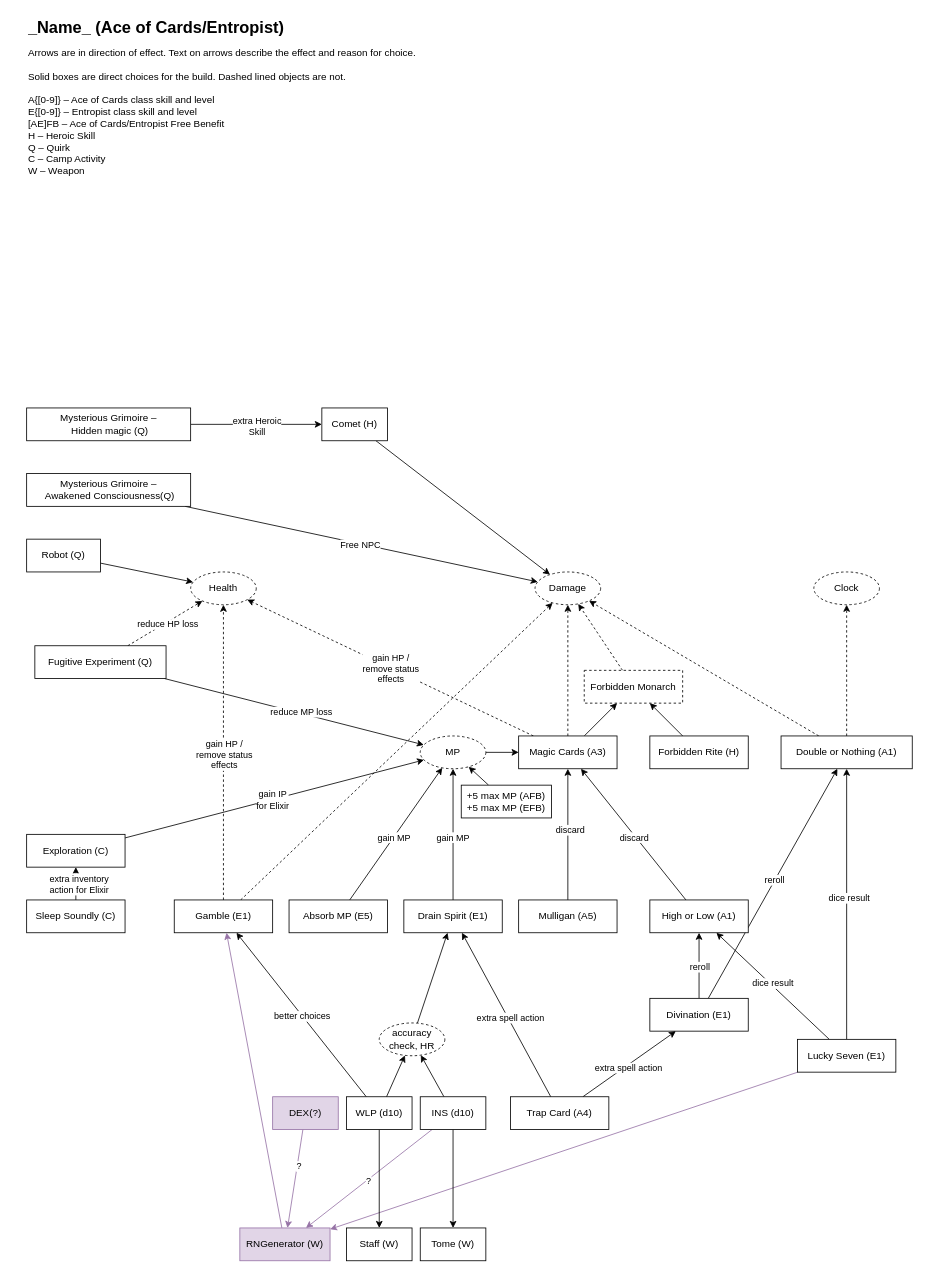
The draw.io diagram Fab_Ult_Ace_of_Cards.drawio in nzNancyZhao/drawio, before the edit. Source tidied: cells renumbered, new cells numbered last; positions are measured from the earlier drawing's top-left corner, leaving out a move shared by most shapes. Both pictures are drawn from the tidied source at 82%, with x=0, y=0 at pixel (26, 14).
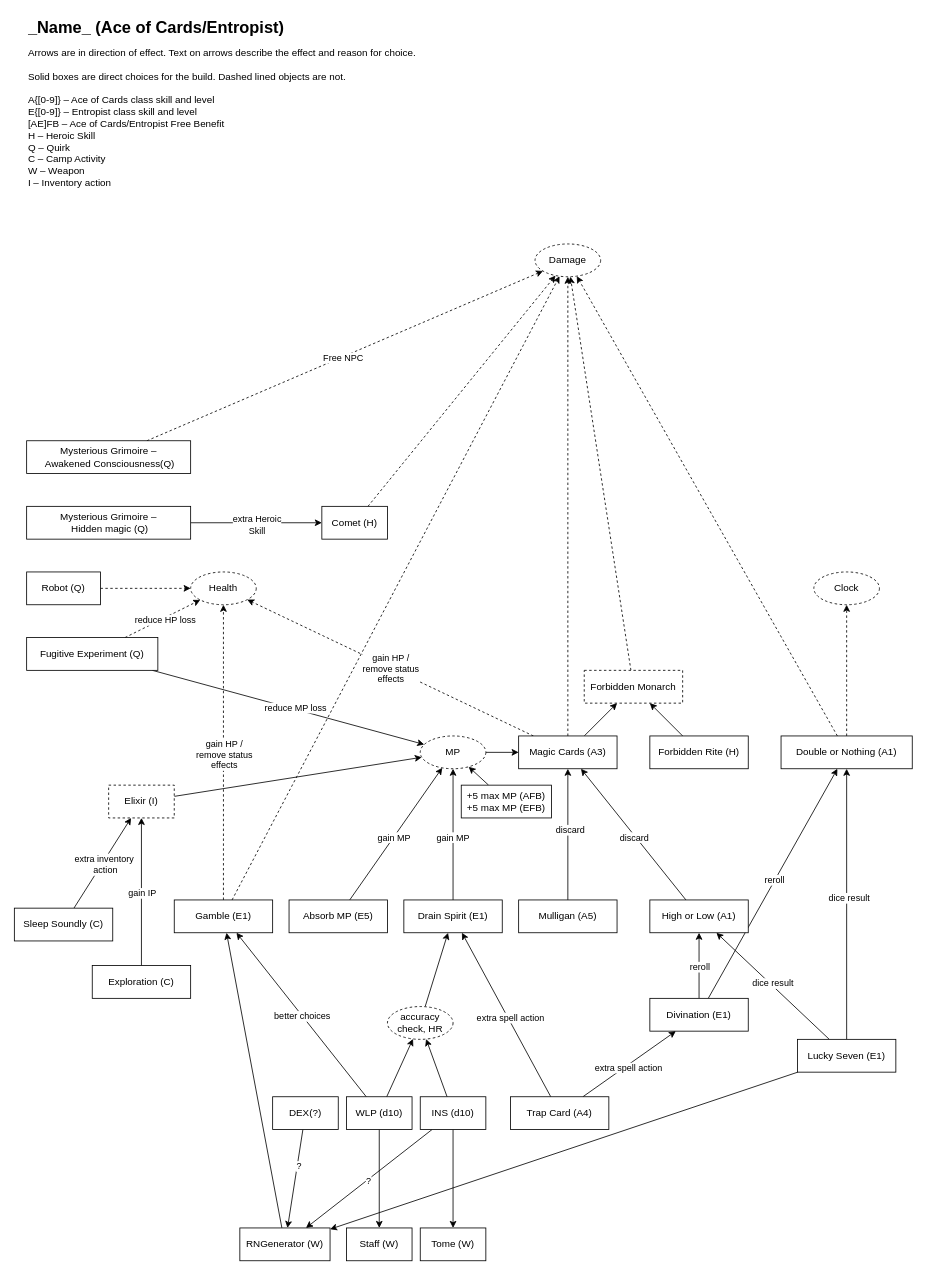
The same diagram, later.

The change refers to these unchanged cells:
```xml
<mxCell id="31" value="Lucky Seven (E1)" style="rounded=0;whiteSpace=wrap;html=1;" parent="1" vertex="1">
  <mxGeometry x="940" y="1250" width="120" height="40" as="geometry" />
</mxCell>
<mxCell id="46" value="&lt;div&gt;INS (d10)&lt;/div&gt;" style="rounded=0;whiteSpace=wrap;html=1;" parent="1" vertex="1">
  <mxGeometry x="480" y="1320" width="80" height="40" as="geometry" />
</mxCell>
<mxCell id="58" value="Gamble (E1)" style="rounded=0;whiteSpace=wrap;html=1;" parent="1" vertex="1">
  <mxGeometry x="180" y="1080" width="120" height="40" as="geometry" />
</mxCell>
<mxCell id="59" value="Health" style="ellipse;whiteSpace=wrap;html=1;dashed=1;" parent="1" vertex="1">
  <mxGeometry x="200" y="680" width="80" height="40" as="geometry" />
</mxCell>
<mxCell id="61" value="MP" style="ellipse;whiteSpace=wrap;html=1;dashed=1;" parent="1" vertex="1">
  <mxGeometry x="480" y="880" width="80" height="40" as="geometry" />
</mxCell>
```

Diff of the diagram source:
```diff
@@
-    <mxCell id="2" value="&lt;h1 style=&quot;margin-top: 0px; line-height: 64%;&quot;&gt;&lt;font style=&quot;font-size: 20px;&quot;&gt;_Name_ (Ace of Cards/Entropist)&lt;/font&gt;&lt;/h1&gt;&lt;div&gt;Arrows are in direction of effect. Text on arrows describe the effect and reason for choice.&lt;br&gt;&lt;/div&gt;&lt;div&gt;&lt;br&gt;&lt;/div&gt;&lt;div&gt;Solid boxes are direct choices for the build. Dashed lined objects are not.&lt;br&gt;&lt;/div&gt;&lt;div&gt;&lt;br&gt;&lt;/div&gt;&lt;div&gt;A{[0-9]} – Ace of Cards class skill and level&lt;br&gt;&lt;/div&gt;&lt;div&gt;E{[0-9]}  – Entropist class skill and level&lt;/div&gt;&lt;div&gt;[AE]FB – Ace of Cards/Entropist Free Benefit&lt;br&gt;&lt;/div&gt;&lt;div&gt;H – Heroic Skill&lt;br&gt;&lt;/div&gt;&lt;div&gt;Q – Quirk&lt;/div&gt;&lt;div&gt;C – Camp Activity&lt;/div&gt;&lt;div&gt;W – Weapon&lt;br&gt;&lt;/div&gt;" style="text;html=1;whiteSpace=wrap;overflow=hidden;rounded=0;" parent="1" vertex="1">
-      <mxGeometry width="530" height="200" as="geometry" />
+    <mxCell id="2" value="&lt;h1 style=&quot;margin-top: 0px; line-height: 64%;&quot;&gt;&lt;font style=&quot;font-size: 20px;&quot;&gt;_Name_ (Ace of Cards/Entropist)&lt;/font&gt;&lt;/h1&gt;&lt;div&gt;Arrows are in direction of effect. Text on arrows describe the effect and reason for choice.&lt;br&gt;&lt;/div&gt;&lt;div&gt;&lt;br&gt;&lt;/div&gt;&lt;div&gt;Solid boxes are direct choices for the build. Dashed lined objects are not.&lt;br&gt;&lt;/div&gt;&lt;div&gt;&lt;br&gt;&lt;/div&gt;&lt;div&gt;A{[0-9]} – Ace of Cards class skill and level&lt;br&gt;&lt;/div&gt;&lt;div&gt;E{[0-9]}  – Entropist class skill and level&lt;/div&gt;&lt;div&gt;[AE]FB – Ace of Cards/Entropist Free Benefit&lt;br&gt;&lt;/div&gt;&lt;div&gt;H – Heroic Skill&lt;br&gt;&lt;/div&gt;&lt;div&gt;Q – Quirk&lt;/div&gt;&lt;div&gt;C – Camp Activity&lt;/div&gt;&lt;div&gt;W – Weapon&lt;/div&gt;&lt;div&gt;I – Inventory action&lt;br&gt;&lt;/div&gt;" style="text;html=1;whiteSpace=wrap;overflow=hidden;rounded=0;" parent="1" vertex="1">
+      <mxGeometry width="530" height="240" as="geometry" />
     </mxCell>
@@
     <mxCell id="16" value="Damage" style="ellipse;whiteSpace=wrap;html=1;dashed=1;" parent="1" vertex="1">
-      <mxGeometry x="620" y="680" width="80" height="40" as="geometry" />
+      <mxGeometry x="620" y="280" width="80" height="40" as="geometry" />
     </mxCell>
@@
-    <mxCell id="30" style="rounded=0;jettySize=auto;html=1;fillColor=#e1d5e7;strokeColor=#9673a6;" parent="1" edge="1" source="31" target="77">
+    <mxCell id="30" style="rounded=0;jettySize=auto;html=1;" parent="1" edge="1" source="31" target="77">
       <mxGeometry relative="1" as="geometry" />
     </mxCell>
@@
-    <mxCell id="43" style="rounded=0;jettySize=auto;html=1;fillColor=#e1d5e7;strokeColor=#9673a6;" parent="1" edge="1" source="46" target="77">
+    <mxCell id="43" style="rounded=0;jettySize=auto;html=1;" parent="1" edge="1" source="46" target="77">
       <mxGeometry relative="1" as="geometry" />
     </mxCell>
@@
     <mxCell id="66" value="Fugitive Experiment (Q)" style="rounded=0;whiteSpace=wrap;html=1;" parent="1" vertex="1">
-      <mxGeometry x="10" y="770" width="160" height="40" as="geometry" />
+      <mxGeometry y="760" width="160" height="40" as="geometry" />
     </mxCell>
@@
-    <mxCell id="70" style="rounded=0;jettySize=auto;html=1;" parent="1" edge="1" source="72" target="75">
+    <mxCell id="70" style="rounded=0;jettySize=auto;html=1;" parent="1" edge="1" source="72" target="96">
       <mxGeometry relative="1" as="geometry" />
     </mxCell>
-    <mxCell id="71" value="extra inventory &lt;br&gt;action for Elixir" style="edgeLabel;html=1;align=center;verticalAlign=middle;" parent="70" vertex="1">
+    <mxCell id="71" value="&lt;div&gt;extra inventory&amp;nbsp;&lt;/div&gt;&lt;div&gt;action &lt;/div&gt;" style="edgeLabel;html=1;align=center;verticalAlign=middle;" parent="70" vertex="1">
       <mxGeometry x="0.01" y="-4" relative="1" as="geometry">
         <mxPoint x="-1" as="offset" />
       </mxGeometry>
     </mxCell>
     <mxCell id="72" value="Sleep Soundly (C)" style="rounded=0;whiteSpace=wrap;html=1;" parent="1" vertex="1">
-      <mxGeometry y="1080" width="120" height="40" as="geometry" />
+      <mxGeometry x="-15" y="1090" width="120" height="40" as="geometry" />
     </mxCell>
-    <mxCell id="73" style="rounded=0;jettySize=auto;html=1;" parent="1" edge="1" source="75" target="61">
+    <mxCell id="73" style="rounded=0;jettySize=auto;html=1;" parent="1" edge="1" source="75" target="96">
       <mxGeometry relative="1" as="geometry" />
     </mxCell>
-    <mxCell id="74" value="gain IP &lt;br&gt;for Elixir" style="edgeLabel;html=1;align=center;verticalAlign=middle;" parent="73" vertex="1">
+    <mxCell id="74" value="gain IP " style="edgeLabel;html=1;align=center;verticalAlign=middle;" parent="73" vertex="1">
       <mxGeometry x="-0.01" relative="1" as="geometry" />
     </mxCell>
     <mxCell id="75" value="Exploration (C)" style="rounded=0;whiteSpace=wrap;html=1;" parent="1" vertex="1">
-      <mxGeometry y="1000" width="120" height="40" as="geometry" />
+      <mxGeometry x="80" y="1160" width="120" height="40" as="geometry" />
     </mxCell>
-    <mxCell id="76" style="rounded=0;jettySize=auto;html=1;fillColor=#e1d5e7;strokeColor=#9673a6;" parent="1" edge="1" source="77" target="58">
+    <mxCell id="76" style="rounded=0;jettySize=auto;html=1;" parent="1" edge="1" source="77" target="58">
       <mxGeometry relative="1" as="geometry" />
     </mxCell>
-    <mxCell id="77" value="RNGenerator (W)" style="rounded=0;whiteSpace=wrap;html=1;fillColor=#e1d5e7;strokeColor=#9673a6;" parent="1" vertex="1">
+    <mxCell id="77" value="RNGenerator (W)" style="rounded=0;whiteSpace=wrap;html=1;" parent="1" vertex="1">
       <mxGeometry x="260" y="1480" width="110" height="40" as="geometry" />
     </mxCell>
-    <mxCell id="78" style="rounded=0;jettySize=auto;html=1;fillColor=#e1d5e7;strokeColor=#9673a6;" parent="1" edge="1" source="80" target="77">
+    <mxCell id="78" style="rounded=0;jettySize=auto;html=1;" parent="1" edge="1" source="80" target="77">
       <mxGeometry relative="1" as="geometry" />
     </mxCell>
@@
-    <mxCell id="80" value="&lt;div&gt;DEX(?)&lt;br&gt;&lt;/div&gt;" style="rounded=0;whiteSpace=wrap;html=1;fillColor=#e1d5e7;strokeColor=#9673a6;" parent="1" vertex="1">
+    <mxCell id="80" value="&lt;div&gt;DEX(?)&lt;br&gt;&lt;/div&gt;" style="rounded=0;whiteSpace=wrap;html=1;" parent="1" vertex="1">
       <mxGeometry x="300" y="1320" width="80" height="40" as="geometry" />
     </mxCell>
-    <mxCell id="81" style="rounded=0;jettySize=auto;html=1;" parent="1" edge="1" source="82" target="59">
+    <mxCell id="81" style="rounded=0;jettySize=auto;html=1;dashed=1;" parent="1" edge="1" source="82" target="59">
       <mxGeometry relative="1" as="geometry" />
     </mxCell>
     <mxCell id="82" value="Robot (Q)" style="rounded=0;whiteSpace=wrap;html=1;" parent="1" vertex="1">
-      <mxGeometry y="640" width="90" height="40" as="geometry" />
+      <mxGeometry y="680" width="90" height="40" as="geometry" />
     </mxCell>
@@
     <mxCell id="87" value="Mysterious Grimoire – &lt;br&gt;&amp;nbsp;Hidden magic (Q)" style="rounded=0;whiteSpace=wrap;html=1;" parent="1" vertex="1">
-      <mxGeometry y="480" width="200" height="40" as="geometry" />
+      <mxGeometry y="600" width="200" height="40" as="geometry" />
     </mxCell>
-    <mxCell id="88" style="rounded=0;jettySize=auto;html=1;" parent="1" edge="1" source="89" target="16">
+    <mxCell id="88" style="rounded=0;jettySize=auto;html=1;dashed=1;" parent="1" edge="1" source="89" target="16">
       <mxGeometry relative="1" as="geometry" />
     </mxCell>
     <mxCell id="89" value="Comet (H)" style="rounded=0;whiteSpace=wrap;html=1;" parent="1" vertex="1">
-      <mxGeometry x="360" y="480" width="80" height="40" as="geometry" />
+      <mxGeometry x="360" y="600" width="80" height="40" as="geometry" />
     </mxCell>
@@
     <mxCell id="91" value="accuracy check, HR" style="ellipse;whiteSpace=wrap;html=1;dashed=1;" parent="1" vertex="1">
-      <mxGeometry x="430" y="1230" width="80" height="40" as="geometry" />
+      <mxGeometry x="440" y="1210" width="80" height="40" as="geometry" />
     </mxCell>
-    <mxCell id="92" style="rounded=0;jettySize=auto;html=1;" parent="1" edge="1" source="94" target="16">
+    <mxCell id="92" style="rounded=0;jettySize=auto;html=1;dashed=1;" parent="1" edge="1" source="94" target="16">
       <mxGeometry relative="1" as="geometry" />
     </mxCell>
@@
     <mxCell id="94" value="Mysterious Grimoire – &lt;br&gt;&amp;nbsp;Awakened Consciousness(Q)" style="rounded=0;whiteSpace=wrap;html=1;" parent="1" vertex="1">
-      <mxGeometry y="560" width="200" height="40" as="geometry" />
+      <mxGeometry y="520" width="200" height="40" as="geometry" />
     </mxCell>
+    <mxCell id="95" style="rounded=0;jettySize=auto;html=1;" parent="1" edge="1" source="96" target="61">
+      <mxGeometry relative="1" as="geometry" />
+    </mxCell>
+    <mxCell id="96" value="Elixir (I)" style="rounded=0;whiteSpace=wrap;html=1;dashed=1;" parent="1" vertex="1">
+      <mxGeometry x="100" y="940" width="80" height="40" as="geometry" />
+    </mxCell>
```
